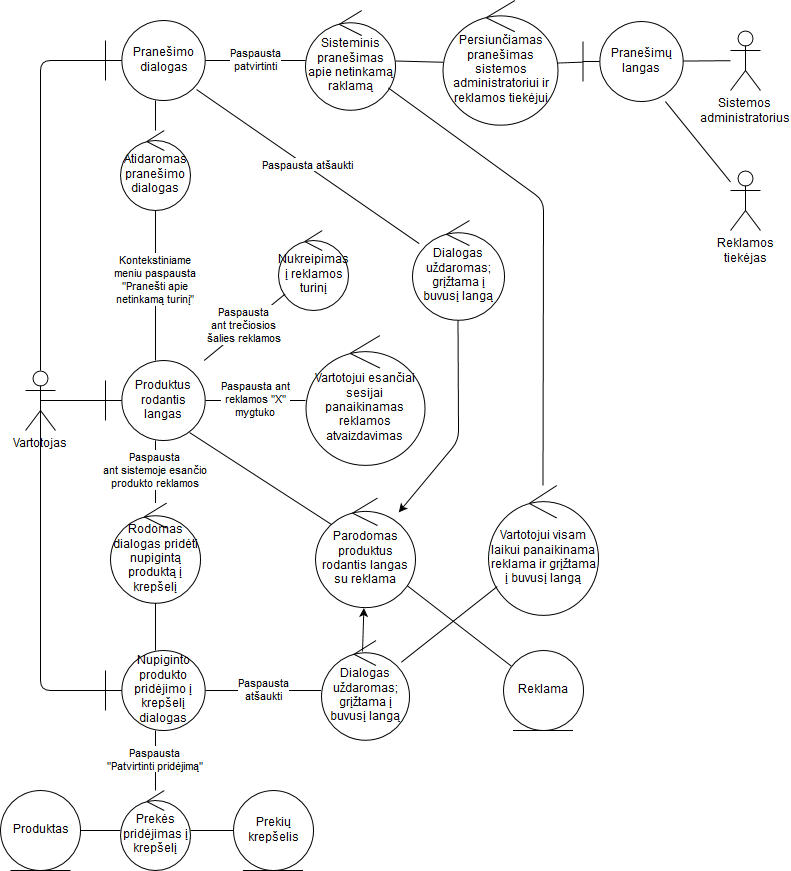
Tristanas/PSI2-Food-Bee-Inc keeps this draw.io diagram as Nuotraukos/DamnAds_Robust.png. Above is the earlier version. Source tidied: cells renumbered, new cells last; positions are measured from the earlier drawing's top-left corner, leaving out a move shared by most shapes.
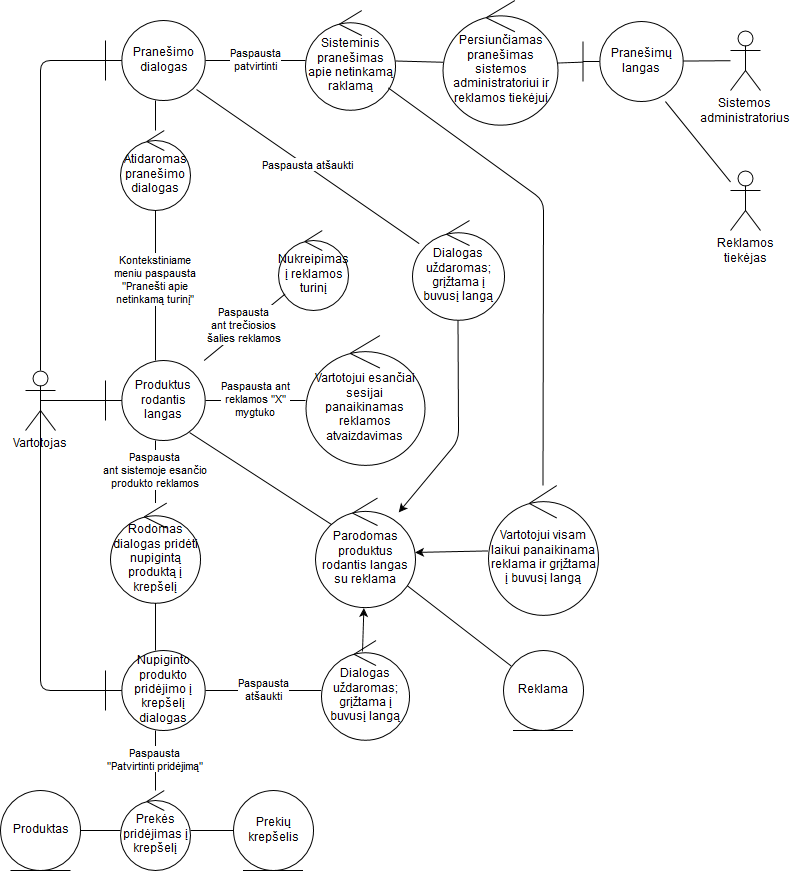
The same diagram one commit later.

Commit message:
Added arrows to reduce ambiguity

The edit, as a diff of the source:
```diff
@@ -137,9 +137,6 @@
     <mxCell id="42" value="Reklamos&lt;br&gt;tiekėjas&lt;br&gt;" style="shape=umlActor;verticalLabelPosition=bottom;labelBackgroundColor=#ffffff;verticalAlign=top;html=1;outlineConnect=0;" parent="1" vertex="1">
       <mxGeometry x="730" y="170" width="30" height="60" as="geometry" />
     </mxCell>
-    <mxCell id="43" style="endArrow=none;html=1;" parent="1" edge="1" source="29" target="33">
-      <mxGeometry relative="1" as="geometry" />
-    </mxCell>
     <mxCell id="44" value="Pranešimų langas" style="shape=umlBoundary;whiteSpace=wrap;html=1;" parent="1" vertex="1">
       <mxGeometry x="582.5" y="21" width="100" height="80" as="geometry" />
     </mxCell>
@@ -156,5 +153,8 @@
         </Array>
       </mxGeometry>
     </mxCell>
+    <mxCell id="48" style="endArrow=classic;html=1;" parent="1" edge="1" source="33" target="39">
+      <mxGeometry relative="1" as="geometry" />
+    </mxCell>
   </root>
 </mxGraphModel>
```
